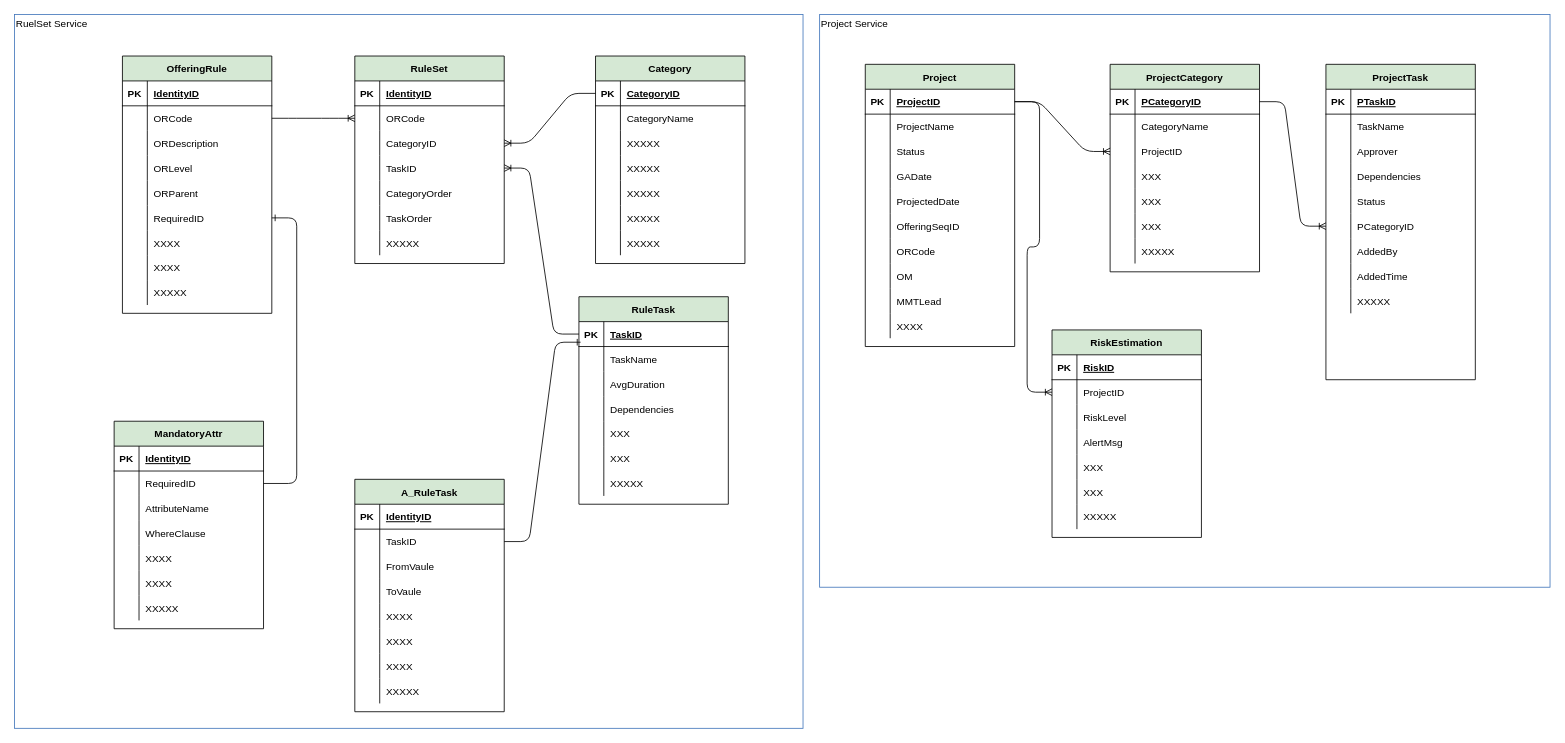
The draw.io diagram page "Data Model" (4 of 6) of oasis-architecture.drawio in JackZhao2517/drawio_folder, before the edit. Source tidied: cells renumbered, new cells numbered last; positions are measured from the earlier drawing's top-left corner, leaving out a move shared by most shapes. Both pictures are drawn from the tidied source at 83%, with x=0, y=0 at pixel (14, 14).
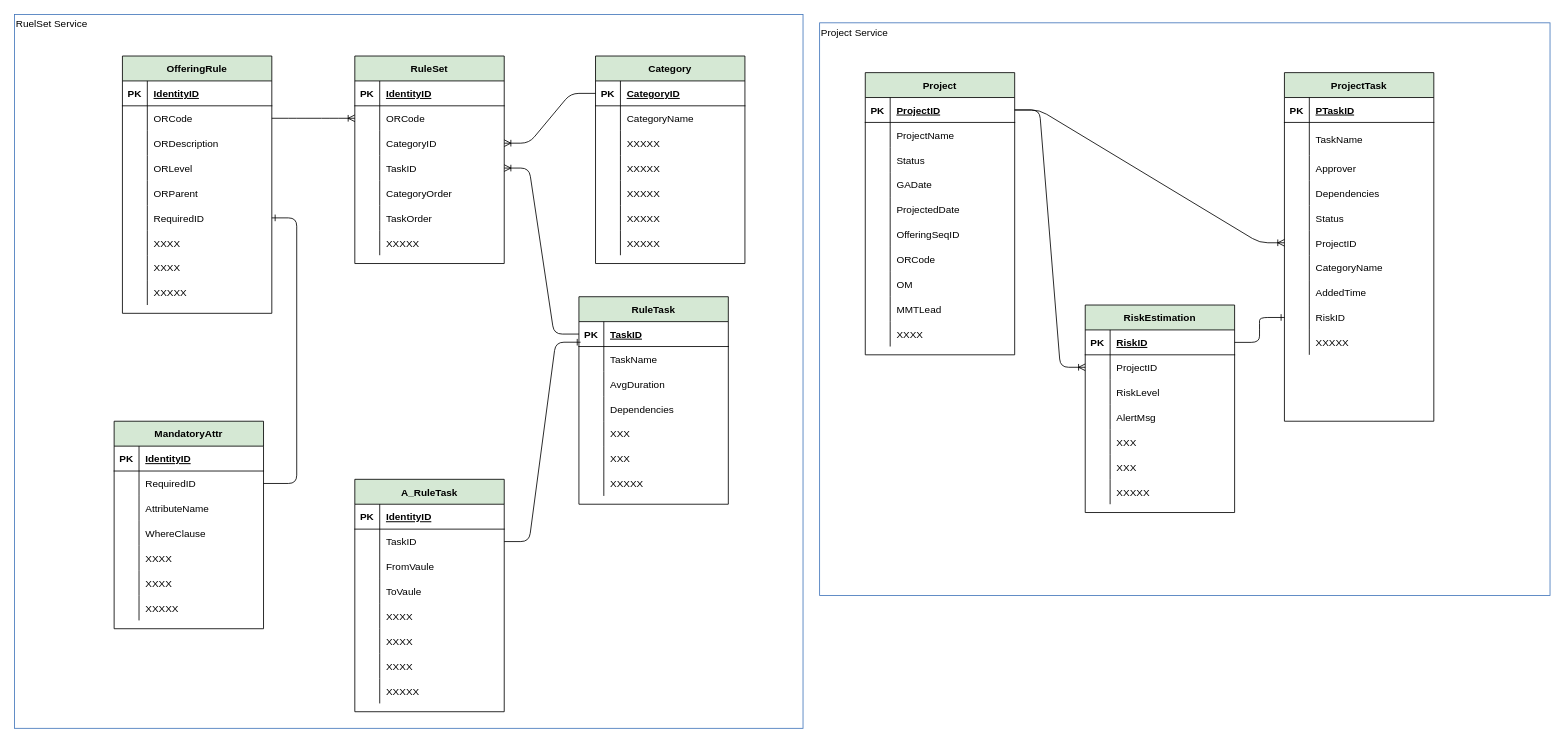
The same page after the edit.

Unchanged cells that the change refers to:
```xml
<mxCell id="147" style="shape=partialRectangle;fillColor=none;top=0;left=0;bottom=1;right=0;points=[[0,0.5],[1,0.5]];portConstraint=eastwest;" parent="146" vertex="1">
  <mxGeometry y="30" width="180" height="30" as="geometry" />
</mxCell>
<mxCell id="228" style="shape=partialRectangle;fillColor=none;top=0;left=0;bottom=1;right=0;points=[[0,0.5],[1,0.5]];portConstraint=eastwest;" parent="227" vertex="1">
  <mxGeometry y="30" width="180" height="30" as="geometry" />
</mxCell>
```

What changed in the source:
```diff
@@
     <mxCell id="145" value="&lt;div align=&quot;left&quot;&gt;Project Service&lt;/div&gt;" style="fontStyle=0;verticalAlign=top;align=left;spacingTop=-2;fillColor=none;rounded=0;whiteSpace=wrap;html=1;strokeColor=#4376BB;strokeWidth=1;dashed=0;" parent="1" vertex="1">
-      <mxGeometry x="970" width="880" height="690" as="geometry" />
+      <mxGeometry x="970" y="10" width="880" height="690" as="geometry" />
     </mxCell>
@@
-    <mxCell id="177" value="ProjectCategory" style="shape=table;startSize=30;childLayout=tableLayout;rowLines=0;fontStyle=1;align=center;fillColor=#D5E8D4;" parent="145" vertex="1">
-      <mxGeometry x="350" y="60" width="180" height="250" as="geometry" />
-    </mxCell>
-    <mxCell id="178" style="shape=partialRectangle;fillColor=none;top=0;left=0;bottom=1;right=0;points=[[0,0.5],[1,0.5]];portConstraint=eastwest;" parent="177" vertex="1">
-      <mxGeometry y="30" width="180" height="30" as="geometry" />
-    </mxCell>
-    <mxCell id="179" value="PK" style="shape=partialRectangle;fillColor=none;top=0;left=0;bottom=0;right=0;fontStyle=1;overflow=hidden;" parent="178" vertex="1">
-      <mxGeometry width="30" height="30" as="geometry" />
-    </mxCell>
-    <mxCell id="180" value="PCategoryID" style="shape=partialRectangle;fillColor=none;top=0;left=0;bottom=0;right=0;align=left;spacingLeft=6;fontStyle=5;overflow=hidden;" parent="178" vertex="1">
-      <mxGeometry x="30" width="150" height="30" as="geometry" />
-    </mxCell>
-    <mxCell id="181" style="shape=partialRectangle;fillColor=none;top=0;left=0;bottom=0;right=0;" parent="177" vertex="1">
-      <mxGeometry y="60" width="180" height="30" as="geometry" />
-    </mxCell>
-    <mxCell id="182" style="shape=partialRectangle;fillColor=none;top=0;left=0;bottom=0;right=0;overflow=hidden;" parent="181" vertex="1">
-      <mxGeometry width="30" height="30" as="geometry" />
-    </mxCell>
-    <mxCell id="183" value="CategoryName" style="shape=partialRectangle;fillColor=none;top=0;left=0;bottom=0;right=0;align=left;spacingLeft=6;overflow=hidden;" parent="181" vertex="1">
-      <mxGeometry x="30" width="150" height="30" as="geometry" />
-    </mxCell>
-    <mxCell id="184" style="shape=partialRectangle;fillColor=none;top=0;left=0;bottom=0;right=0;points=[[0,0.5],[1,0.5]];portConstraint=eastwest;" parent="177" vertex="1">
-      <mxGeometry y="90" width="180" height="30" as="geometry" />
-    </mxCell>
-    <mxCell id="185" style="shape=partialRectangle;fillColor=none;top=0;left=0;bottom=0;right=0;overflow=hidden;" parent="184" vertex="1">
-      <mxGeometry width="30" height="30" as="geometry" />
-    </mxCell>
-    <mxCell id="186" value="ProjectID" style="shape=partialRectangle;fillColor=none;top=0;left=0;bottom=0;right=0;align=left;spacingLeft=6;overflow=hidden;" parent="184" vertex="1">
-      <mxGeometry x="30" width="150" height="30" as="geometry" />
-    </mxCell>
-    <mxCell id="187" style="shape=partialRectangle;fillColor=none;top=0;left=0;bottom=0;right=0;" parent="177" vertex="1">
-      <mxGeometry y="120" width="180" height="30" as="geometry" />
-    </mxCell>
-    <mxCell id="188" style="shape=partialRectangle;fillColor=none;top=0;left=0;bottom=0;right=0;overflow=hidden;" parent="187" vertex="1">
-      <mxGeometry width="30" height="30" as="geometry" />
-    </mxCell>
-    <mxCell id="189" value="XXX" style="shape=partialRectangle;fillColor=none;top=0;left=0;bottom=0;right=0;align=left;spacingLeft=6;overflow=hidden;" parent="187" vertex="1">
-      <mxGeometry x="30" width="150" height="30" as="geometry" />
-    </mxCell>
-    <mxCell id="190" style="shape=partialRectangle;fillColor=none;top=0;left=0;bottom=0;right=0;" parent="177" vertex="1">
-      <mxGeometry y="150" width="180" height="30" as="geometry" />
-    </mxCell>
-    <mxCell id="191" style="shape=partialRectangle;fillColor=none;top=0;left=0;bottom=0;right=0;overflow=hidden;" parent="190" vertex="1">
-      <mxGeometry width="30" height="30" as="geometry" />
-    </mxCell>
-    <mxCell id="192" value="XXX" style="shape=partialRectangle;fillColor=none;top=0;left=0;bottom=0;right=0;align=left;spacingLeft=6;overflow=hidden;" parent="190" vertex="1">
-      <mxGeometry x="30" width="150" height="30" as="geometry" />
-    </mxCell>
-    <mxCell id="193" style="shape=partialRectangle;fillColor=none;top=0;left=0;bottom=0;right=0;" parent="177" vertex="1">
-      <mxGeometry y="180" width="180" height="30" as="geometry" />
-    </mxCell>
-    <mxCell id="194" style="shape=partialRectangle;fillColor=none;top=0;left=0;bottom=0;right=0;overflow=hidden;" parent="193" vertex="1">
-      <mxGeometry width="30" height="30" as="geometry" />
-    </mxCell>
-    <mxCell id="195" value="XXX" style="shape=partialRectangle;fillColor=none;top=0;left=0;bottom=0;right=0;align=left;spacingLeft=6;overflow=hidden;" parent="193" vertex="1">
-      <mxGeometry x="30" width="150" height="30" as="geometry" />
-    </mxCell>
-    <mxCell id="196" style="shape=partialRectangle;fillColor=none;top=0;left=0;bottom=0;right=0;" parent="177" vertex="1">
-      <mxGeometry y="210" width="180" height="30" as="geometry" />
-    </mxCell>
-    <mxCell id="197" style="shape=partialRectangle;fillColor=none;top=0;left=0;bottom=0;right=0;overflow=hidden;" parent="196" vertex="1">
-      <mxGeometry width="30" height="30" as="geometry" />
-    </mxCell>
-    <mxCell id="198" value="XXXXX" style="shape=partialRectangle;fillColor=none;top=0;left=0;bottom=0;right=0;align=left;spacingLeft=6;overflow=hidden;" parent="196" vertex="1">
-      <mxGeometry x="30" width="150" height="30" as="geometry" />
-    </mxCell>
     <mxCell id="199" value="ProjectTask" style="shape=table;startSize=30;childLayout=tableLayout;rowLines=0;fontStyle=1;align=center;fillColor=#D5E8D4;" parent="145" vertex="1">
-      <mxGeometry x="610" y="60" width="180" height="380" as="geometry" />
+      <mxGeometry x="560" y="60" width="180" height="420" as="geometry" />
     </mxCell>
@@
     <mxCell id="203" style="shape=partialRectangle;fillColor=none;top=0;left=0;bottom=0;right=0;" parent="199" vertex="1">
-      <mxGeometry y="60" width="180" height="30" as="geometry" />
+      <mxGeometry y="60" width="180" height="40" as="geometry" />
     </mxCell>
     <mxCell id="204" style="shape=partialRectangle;fillColor=none;top=0;left=0;bottom=0;right=0;overflow=hidden;" parent="203" vertex="1">
-      <mxGeometry width="30" height="30" as="geometry" />
+      <mxGeometry width="30" height="40" as="geometry" />
     </mxCell>
     <mxCell id="205" value="TaskName" style="shape=partialRectangle;fillColor=none;top=0;left=0;bottom=0;right=0;align=left;spacingLeft=6;overflow=hidden;" parent="203" vertex="1">
-      <mxGeometry x="30" width="150" height="30" as="geometry" />
+      <mxGeometry x="30" width="150" height="40" as="geometry" />
     </mxCell>
     <mxCell id="206" style="shape=partialRectangle;fillColor=none;top=0;left=0;bottom=0;right=0;" parent="199" vertex="1">
-      <mxGeometry y="90" width="180" height="30" as="geometry" />
+      <mxGeometry y="100" width="180" height="30" as="geometry" />
     </mxCell>
@@
     <mxCell id="209" style="shape=partialRectangle;fillColor=none;top=0;left=0;bottom=0;right=0;" parent="199" vertex="1">
-      <mxGeometry y="120" width="180" height="30" as="geometry" />
+      <mxGeometry y="130" width="180" height="30" as="geometry" />
     </mxCell>
@@
     <mxCell id="212" style="shape=partialRectangle;fillColor=none;top=0;left=0;bottom=0;right=0;" parent="199" vertex="1">
-      <mxGeometry y="150" width="180" height="30" as="geometry" />
+      <mxGeometry y="160" width="180" height="30" as="geometry" />
     </mxCell>
@@
     <mxCell id="215" style="shape=partialRectangle;fillColor=none;top=0;left=0;bottom=0;right=0;points=[[0,0.5],[1,0.5]];portConstraint=eastwest;" parent="199" vertex="1">
-      <mxGeometry y="180" width="180" height="30" as="geometry" />
+      <mxGeometry y="190" width="180" height="30" as="geometry" />
     </mxCell>
@@
-    <mxCell id="217" value="PCategoryID" style="shape=partialRectangle;fillColor=none;top=0;left=0;bottom=0;right=0;align=left;spacingLeft=6;overflow=hidden;" parent="215" vertex="1">
+    <mxCell id="217" value="ProjectID" style="shape=partialRectangle;fillColor=none;top=0;left=0;bottom=0;right=0;align=left;spacingLeft=6;overflow=hidden;" parent="215" vertex="1">
       <mxGeometry x="30" width="150" height="30" as="geometry" />
     </mxCell>
     <mxCell id="218" style="shape=partialRectangle;fillColor=none;top=0;left=0;bottom=0;right=0;" parent="199" vertex="1">
-      <mxGeometry y="210" width="180" height="30" as="geometry" />
+      <mxGeometry y="220" width="180" height="30" as="geometry" />
     </mxCell>
@@
-    <mxCell id="220" value="AddedBy" style="shape=partialRectangle;fillColor=none;top=0;left=0;bottom=0;right=0;align=left;spacingLeft=6;overflow=hidden;" parent="218" vertex="1">
+    <mxCell id="220" value="CategoryName" style="shape=partialRectangle;fillColor=none;top=0;left=0;bottom=0;right=0;align=left;spacingLeft=6;overflow=hidden;" parent="218" vertex="1">
       <mxGeometry x="30" width="150" height="30" as="geometry" />
     </mxCell>
     <mxCell id="221" style="shape=partialRectangle;fillColor=none;top=0;left=0;bottom=0;right=0;" parent="199" vertex="1">
-      <mxGeometry y="240" width="180" height="30" as="geometry" />
+      <mxGeometry y="250" width="180" height="30" as="geometry" />
     </mxCell>
@@
     <mxCell id="224" style="shape=partialRectangle;fillColor=none;top=0;left=0;bottom=0;right=0;points=[[0,0.5],[1,0.5]];portConstraint=eastwest;" parent="199" vertex="1">
-      <mxGeometry y="270" width="180" height="30" as="geometry" />
+      <mxGeometry y="280" width="180" height="30" as="geometry" />
     </mxCell>
@@
-    <mxCell id="226" value="XXXXX" style="shape=partialRectangle;fillColor=none;top=0;left=0;bottom=0;right=0;align=left;spacingLeft=6;overflow=hidden;" parent="224" vertex="1">
+    <mxCell id="226" value="RiskID" style="shape=partialRectangle;fillColor=none;top=0;left=0;bottom=0;right=0;align=left;spacingLeft=6;overflow=hidden;" parent="224" vertex="1">
       <mxGeometry x="30" width="150" height="30" as="geometry" />
     </mxCell>
+    <mxCell id="256" style="shape=partialRectangle;fillColor=none;top=0;left=0;bottom=0;right=0;" parent="199" vertex="1">
+      <mxGeometry y="310" width="180" height="30" as="geometry" />
+    </mxCell>
+    <mxCell id="257" style="shape=partialRectangle;fillColor=none;top=0;left=0;bottom=0;right=0;overflow=hidden;" parent="256" vertex="1">
+      <mxGeometry width="30" height="30" as="geometry" />
+    </mxCell>
+    <mxCell id="198" value="XXXXX" style="shape=partialRectangle;fillColor=none;top=0;left=0;bottom=0;right=0;align=left;spacingLeft=6;overflow=hidden;" parent="256" vertex="1">
+      <mxGeometry x="30" width="150" height="30" as="geometry" />
+    </mxCell>
     <mxCell id="227" value="RiskEstimation" style="shape=table;startSize=30;childLayout=tableLayout;rowLines=0;fontStyle=1;align=center;fillColor=#D5E8D4;" parent="145" vertex="1">
-      <mxGeometry x="280" y="380" width="180" height="250" as="geometry" />
+      <mxGeometry x="320" y="340" width="180" height="250" as="geometry" />
     </mxCell>
@@
-    <mxCell id="249" style="edgeStyle=entityRelationEdgeStyle;fontSize=12;html=1;endArrow=ERoneToMany;exitX=1;exitY=0.5;exitDx=0;exitDy=0;entryX=0;entryY=0.5;entryDx=0;entryDy=0;" parent="145" edge="1" source="147" target="184">
+    <mxCell id="249" style="edgeStyle=entityRelationEdgeStyle;fontSize=12;html=1;endArrow=ERoneToMany;exitX=1;exitY=0.5;exitDx=0;exitDy=0;entryX=0;entryY=0.5;entryDx=0;entryDy=0;" parent="145" edge="1" source="147" target="215">
       <mxGeometry relative="1" as="geometry" />
     </mxCell>
@@
-    <mxCell id="251" style="edgeStyle=entityRelationEdgeStyle;fontSize=12;html=1;endArrow=ERoneToMany;exitX=1;exitY=0.5;exitDx=0;exitDy=0;" parent="145" edge="1" source="178" target="215">
-      <mxGeometry relative="1" as="geometry" />
-    </mxCell>
+    <mxCell id="258" style="edgeStyle=entityRelationEdgeStyle;fontSize=12;html=1;endArrow=ERone;endFill=1;exitX=1;exitY=0.5;exitDx=0;exitDy=0;" parent="145" edge="1" source="228" target="224">
+      <mxGeometry relative="1" as="geometry" />
+    </mxCell>
```
